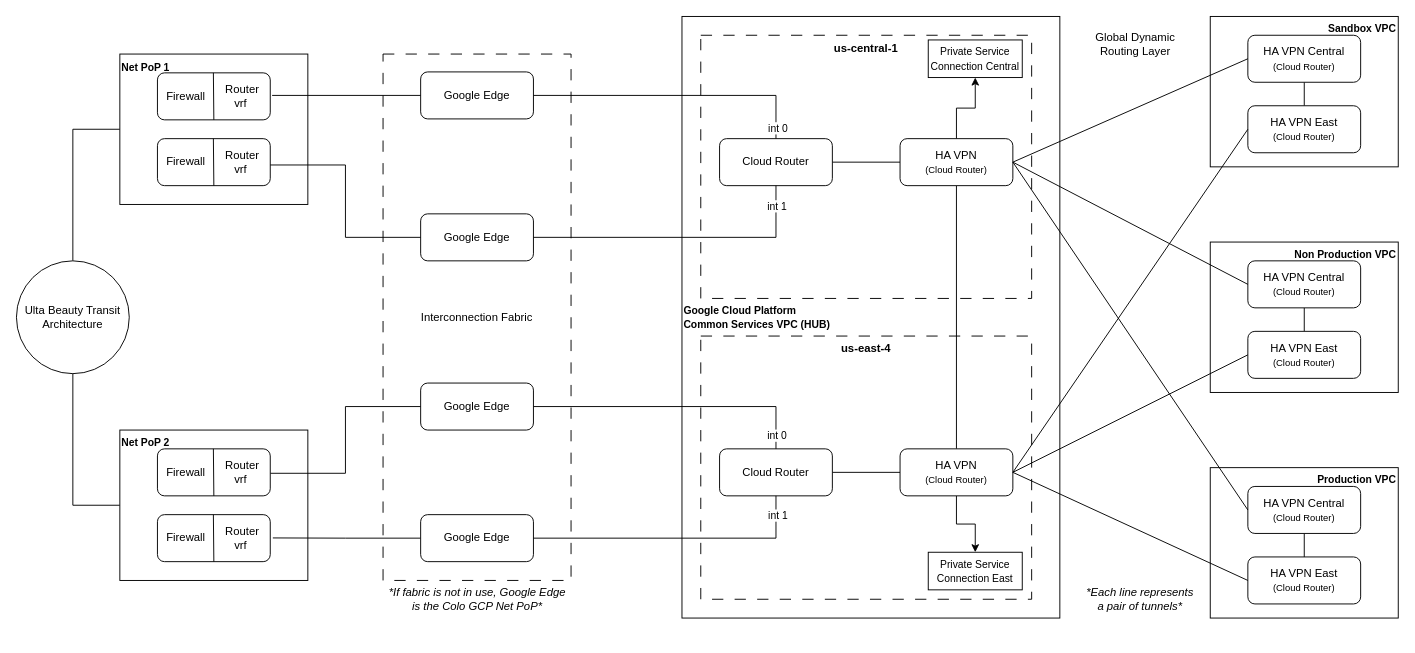
Earlier version of the draw.io diagram page "GCP Resiliency" (6 of 26) of disaster-recovery.drawio (bpayt2/temp). Source tidied: cells renumbered, new cells numbered last; positions are measured from the earlier drawing's top-left corner, leaving out a move shared by most shapes. Both pictures are drawn from the tidied source at 94%, with x=0, y=0 at pixel (16, 16).
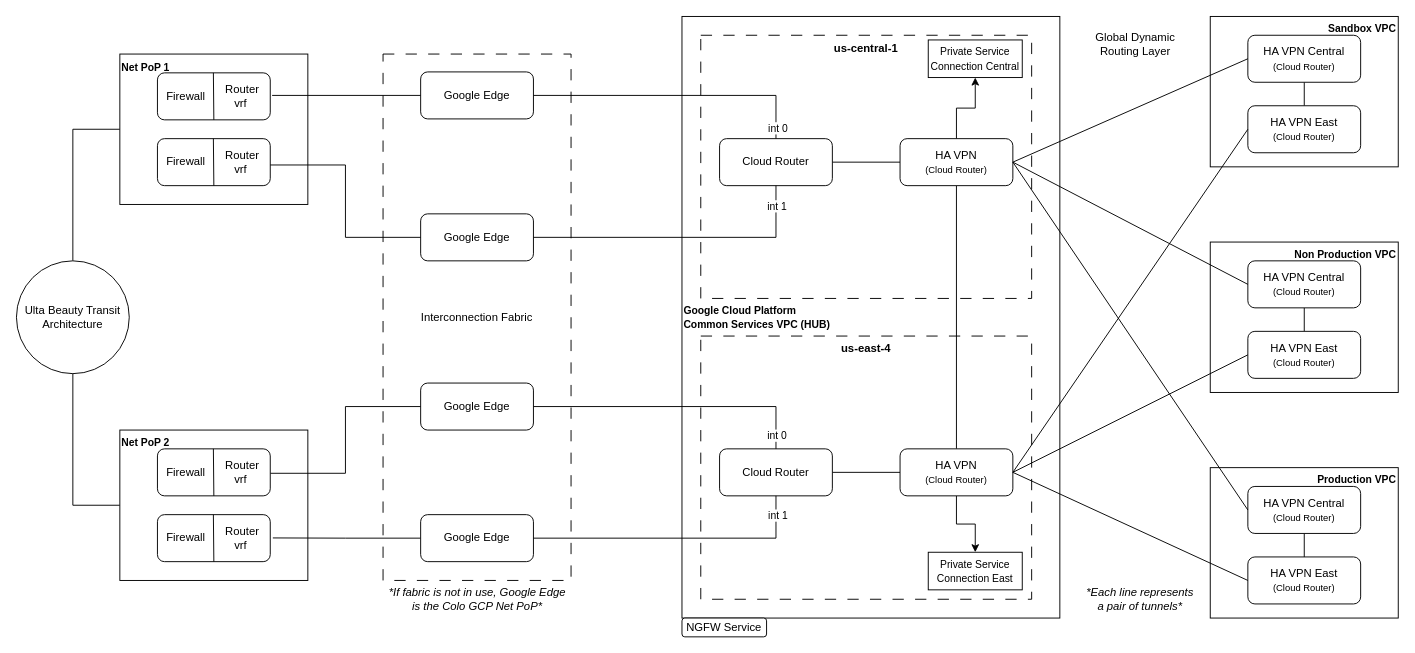
Above is the later version.

What changed in the source:
```diff
@@
+    <mxCell id="75" value="NGFW Service" style="rounded=1;whiteSpace=wrap;html=1;" parent="1" vertex="1">
+      <mxGeometry x="708" y="640" width="90" height="20" as="geometry" />
+    </mxCell>
```
